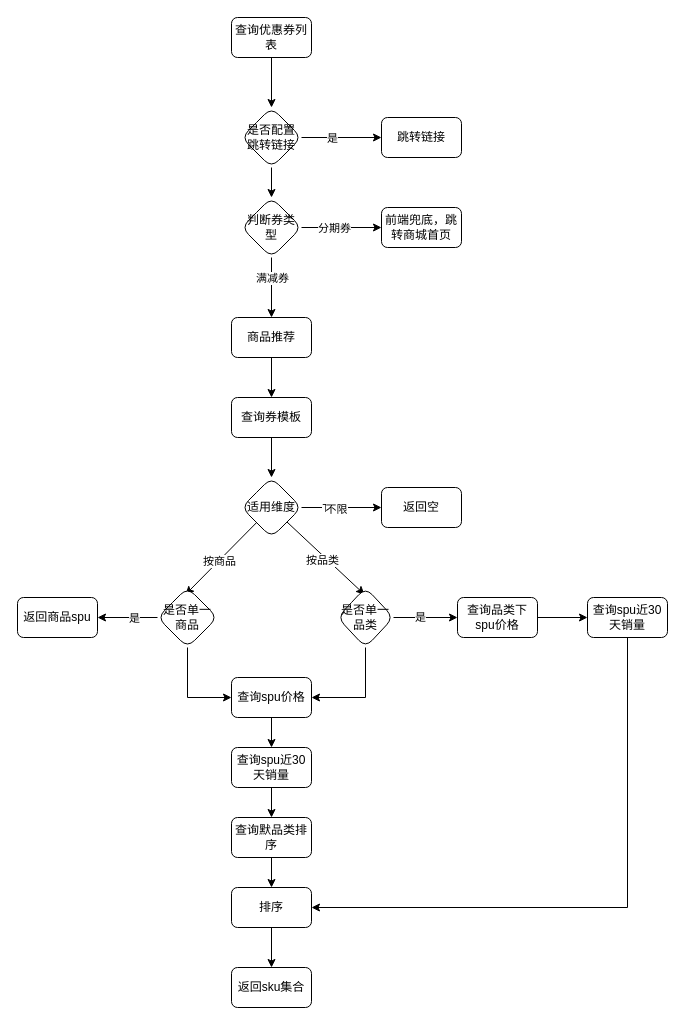
gjie1991/draw keeps this draw.io diagram as 迭代/商城优惠券列表支持跳转/商品推荐.drawio. Above is the earlier version. Source tidied: cells renumbered, new cells numbered last; positions are measured from the earlier drawing's top-left corner, leaving out a move shared by most shapes. Both pictures are drawn from the tidied source at 100%, with x=0, y=0 at pixel (17, 17).
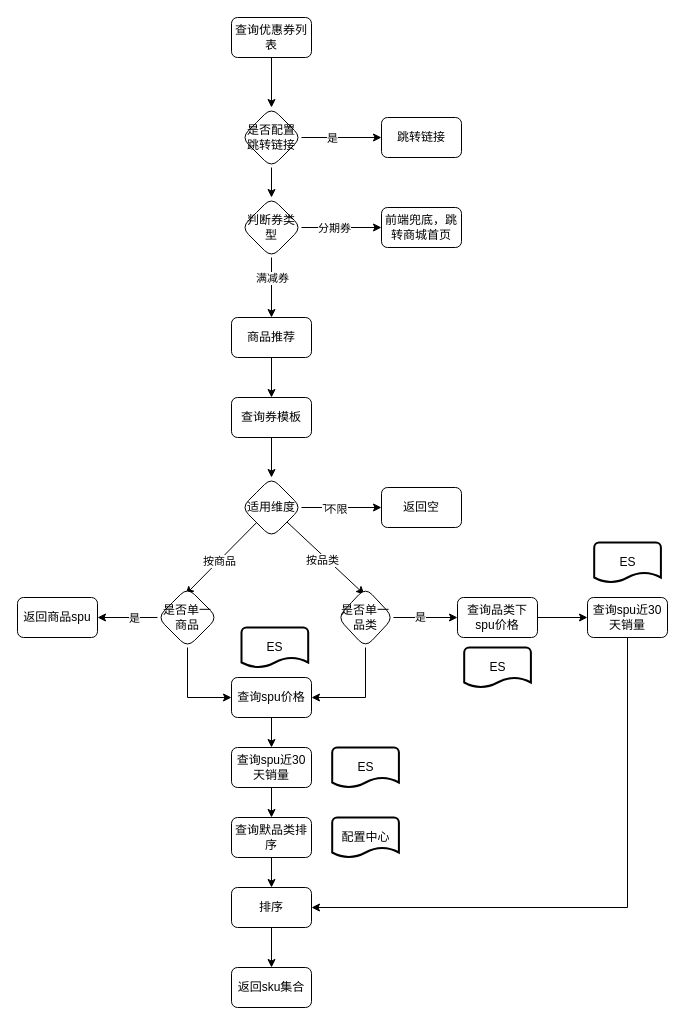
The same diagram, later.

Commit message:
更新商品推荐.drawio

What changed in the source:
```diff
@@
+    <mxCell id="50" value="ES" style="strokeWidth=2;html=1;shape=mxgraph.flowchart.document2;whiteSpace=wrap;size=0.25;" parent="1" vertex="1">
+      <mxGeometry x="314.7" y="730" width="66.7" height="40" as="geometry" />
+    </mxCell>
+    <mxCell id="51" value="ES" style="strokeWidth=2;html=1;shape=mxgraph.flowchart.document2;whiteSpace=wrap;size=0.25;" parent="1" vertex="1">
+      <mxGeometry x="446.7" y="630" width="66.7" height="40" as="geometry" />
+    </mxCell>
+    <mxCell id="52" value="配置中心" style="strokeWidth=2;html=1;shape=mxgraph.flowchart.document2;whiteSpace=wrap;size=0.25;" parent="1" vertex="1">
+      <mxGeometry x="314.7" y="800" width="66.7" height="40" as="geometry" />
+    </mxCell>
+    <mxCell id="53" value="ES" style="strokeWidth=2;html=1;shape=mxgraph.flowchart.document2;whiteSpace=wrap;size=0.25;" parent="1" vertex="1">
+      <mxGeometry x="224" y="610" width="66.7" height="40" as="geometry" />
+    </mxCell>
+    <mxCell id="54" value="ES" style="strokeWidth=2;html=1;shape=mxgraph.flowchart.document2;whiteSpace=wrap;size=0.25;" parent="1" vertex="1">
+      <mxGeometry x="576.7" y="525" width="66.7" height="40" as="geometry" />
+    </mxCell>
```
